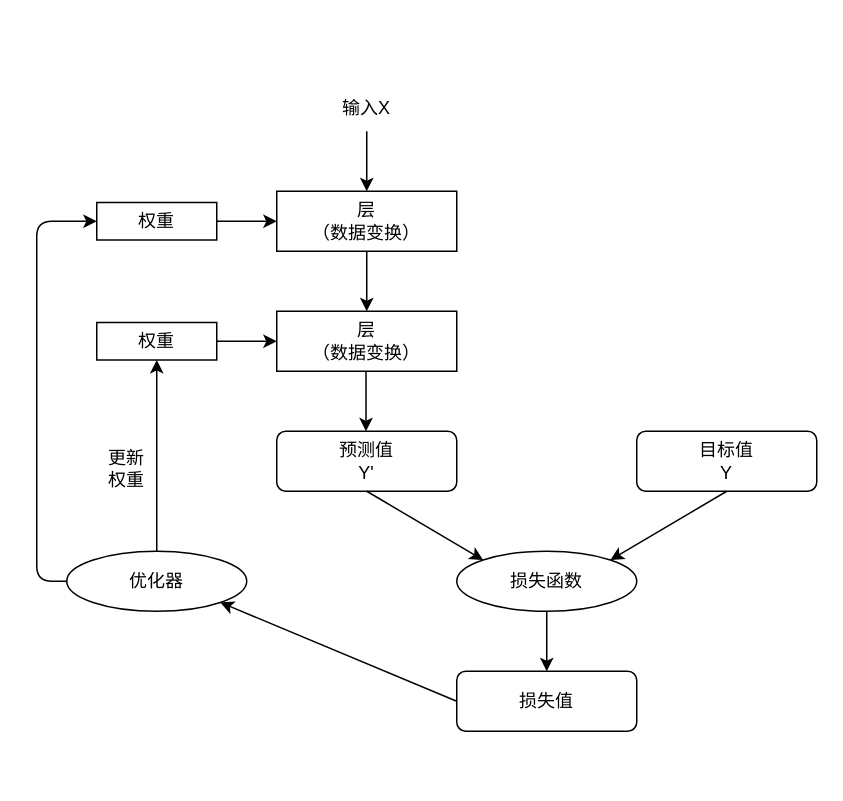
Earlier version of the draw.io diagram machine-learning/神经网络训练流程.drawio (ruleless/ORG). Source tidied: cells renumbered, new cells numbered last; positions are measured from the earlier drawing's top-left corner, leaving out a move shared by most shapes. Both pictures are drawn from the tidied source at 150%, with x=0, y=0 at pixel (36, 86).
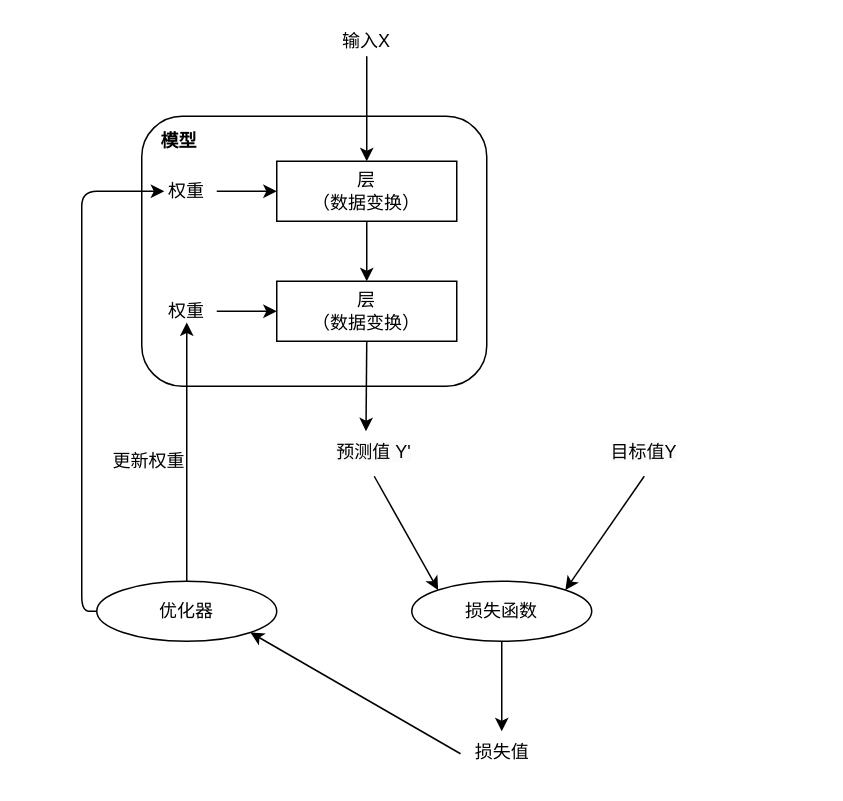
After the change.

Commit message:
更新神经网络训练流程

What changed in the source:
```diff
@@
+    <mxCell id="24" style="rounded=1;whiteSpace=wrap;html=1;" parent="1" vertex="1">
+      <mxGeometry x="70" y="20" width="230" height="180" as="geometry" />
+    </mxCell>
     <mxCell id="2" value="输入X" style="text;html=1;strokeColor=none;fillColor=none;align=center;verticalAlign=middle;whiteSpace=wrap;rounded=0;" parent="1" vertex="1">
-      <mxGeometry x="190" width="60" height="30" as="geometry" />
+      <mxGeometry x="195" y="-40" width="50" height="20" as="geometry" />
     </mxCell>
     <mxCell id="3" value="层&lt;br&gt;（数据变换）" style="rounded=0;whiteSpace=wrap;html=1;" parent="1" vertex="1">
-      <mxGeometry x="160" y="70" width="120" height="40" as="geometry" />
+      <mxGeometry x="160" y="50" width="120" height="40" as="geometry" />
     </mxCell>
     <mxCell id="4" value="层&lt;br&gt;（数据变换）" style="rounded=0;whiteSpace=wrap;html=1;" parent="1" vertex="1">
-      <mxGeometry x="160" y="150" width="120" height="40" as="geometry" />
+      <mxGeometry x="160" y="130" width="120" height="40" as="geometry" />
     </mxCell>
     <mxCell id="5" value="损失函数" style="ellipse;whiteSpace=wrap;html=1;" parent="1" vertex="1">
-      <mxGeometry x="280" y="310" width="120" height="40" as="geometry" />
+      <mxGeometry x="250" y="330" width="120" height="40" as="geometry" />
     </mxCell>
-    <mxCell id="6" value="预测值&lt;br&gt;Y'" style="rounded=1;whiteSpace=wrap;html=1;" parent="1" vertex="1">
-      <mxGeometry x="160" y="230" width="120" height="40" as="geometry" />
-    </mxCell>
-    <mxCell id="7" value="目标值&lt;br&gt;Y" style="rounded=1;whiteSpace=wrap;html=1;" parent="1" vertex="1">
-      <mxGeometry x="400" y="230" width="120" height="40" as="geometry" />
-    </mxCell>
-    <mxCell id="8" value="损失值" style="rounded=1;whiteSpace=wrap;html=1;" parent="1" vertex="1">
-      <mxGeometry x="280" y="390" width="120" height="40" as="geometry" />
-    </mxCell>
-    <mxCell id="9" value="权重" style="rounded=0;whiteSpace=wrap;html=1;" parent="1" vertex="1">
-      <mxGeometry x="40" y="77.5" width="80" height="25" as="geometry" />
-    </mxCell>
-    <mxCell id="10" value="权重" style="rounded=0;whiteSpace=wrap;html=1;" parent="1" vertex="1">
-      <mxGeometry x="40" y="157.5" width="80" height="25" as="geometry" />
-    </mxCell>
     <mxCell id="11" value="优化器" style="ellipse;whiteSpace=wrap;html=1;" parent="1" vertex="1">
-      <mxGeometry x="20" y="310" width="120" height="40" as="geometry" />
+      <mxGeometry x="40" y="330" width="120" height="40" as="geometry" />
     </mxCell>
@@
-    <mxCell id="14" style="endArrow=classic;html=1;exitX=0.5;exitY=1;exitDx=0;exitDy=0;entryX=0.5;entryY=0;entryDx=0;entryDy=0;" parent="1" edge="1">
+    <mxCell id="14" style="endArrow=classic;html=1;exitX=0.5;exitY=1;exitDx=0;exitDy=0;entryX=0.5;entryY=0;entryDx=0;entryDy=0;" parent="1" edge="1" source="4">
       <mxGeometry relative="1" as="geometry">
-        <mxPoint x="219.5" y="190" as="sourcePoint" />
         <mxPoint x="219.5" y="230" as="targetPoint" />
       </mxGeometry>
     </mxCell>
@@
-    <mxCell id="18" style="endArrow=classic;html=1;exitX=0;exitY=0.5;exitDx=0;exitDy=0;entryX=1;entryY=1;entryDx=0;entryDy=0;" parent="1" edge="1" source="8" target="11">
+    <mxCell id="18" style="endArrow=classic;html=1;entryX=1;entryY=1;entryDx=0;entryDy=0;exitX=0;exitY=0.5;exitDx=0;exitDy=0;" parent="1" edge="1" source="8" target="11">
       <mxGeometry relative="1" as="geometry" />
     </mxCell>
-    <mxCell id="19" style="endArrow=classic;html=1;exitX=0.5;exitY=0;exitDx=0;exitDy=0;entryX=0.5;entryY=1;entryDx=0;entryDy=0;" parent="1" edge="1" source="11" target="10">
+    <mxCell id="19" style="endArrow=classic;html=1;exitX=0.5;exitY=0;exitDx=0;exitDy=0;entryX=0.5;entryY=1;entryDx=0;entryDy=0;" parent="1" edge="1" source="11" target="25">
       <mxGeometry relative="1" as="geometry" />
     </mxCell>
-    <mxCell id="20" style="endArrow=classic;html=1;exitX=1;exitY=0.5;exitDx=0;exitDy=0;entryX=0;entryY=0.5;entryDx=0;entryDy=0;" parent="1" edge="1" source="9" target="3">
-      <mxGeometry relative="1" as="geometry" />
+    <mxCell id="20" style="endArrow=classic;html=1;entryX=0;entryY=0.5;entryDx=0;entryDy=0;" parent="1" edge="1" target="3">
+      <mxGeometry relative="1" as="geometry">
+        <mxPoint x="120" y="70" as="sourcePoint" />
+      </mxGeometry>
     </mxCell>
-    <mxCell id="21" style="endArrow=classic;html=1;exitX=1;exitY=0.5;exitDx=0;exitDy=0;entryX=0;entryY=0.5;entryDx=0;entryDy=0;" parent="1" edge="1" source="10" target="4">
-      <mxGeometry relative="1" as="geometry" />
+    <mxCell id="21" style="endArrow=classic;html=1;entryX=0;entryY=0.5;entryDx=0;entryDy=0;" parent="1" edge="1" target="4">
+      <mxGeometry relative="1" as="geometry">
+        <mxPoint x="120" y="150" as="sourcePoint" />
+      </mxGeometry>
     </mxCell>
-    <mxCell id="22" style="endArrow=classic;html=1;exitX=0;exitY=0.5;exitDx=0;exitDy=0;entryX=0;entryY=0.5;entryDx=0;entryDy=0;edgeStyle=orthogonalEdgeStyle;" parent="1" edge="1" source="11" target="9">
+    <mxCell id="22" style="endArrow=classic;html=1;exitX=0;exitY=0.5;exitDx=0;exitDy=0;edgeStyle=orthogonalEdgeStyle;entryX=0;entryY=0.5;entryDx=0;entryDy=0;" parent="1" edge="1" source="11" target="26">
       <mxGeometry relative="1" as="geometry">
         <Array as="points">
-          <mxPoint y="330" />
-          <mxPoint y="90" />
+          <mxPoint x="30" y="350" />
+          <mxPoint x="30" y="70" />
         </Array>
       </mxGeometry>
     </mxCell>
-    <mxCell id="23" value="更新&lt;br&gt;权重" style="text;html=1;strokeColor=none;fillColor=none;align=center;verticalAlign=middle;whiteSpace=wrap;rounded=0;" parent="1" vertex="1">
-      <mxGeometry x="40" y="240" width="40" height="30" as="geometry" />
+    <mxCell id="23" value="更新权重" style="text;html=1;strokeColor=none;fillColor=none;align=center;verticalAlign=middle;whiteSpace=wrap;rounded=0;" parent="1" vertex="1">
+      <mxGeometry x="50" y="240" width="50" height="20" as="geometry" />
     </mxCell>
+    <mxCell id="25" value="权重" style="text;strokeColor=none;align=center;fillColor=none;html=1;verticalAlign=middle;whiteSpace=wrap;rounded=0;" parent="1" vertex="1">
+      <mxGeometry x="80" y="142.5" width="40" height="15" as="geometry" />
+    </mxCell>
+    <mxCell id="26" value="权重" style="text;strokeColor=none;align=center;fillColor=none;html=1;verticalAlign=middle;whiteSpace=wrap;rounded=0;" parent="1" vertex="1">
+      <mxGeometry x="85" y="62.5" width="30" height="15" as="geometry" />
+    </mxCell>
+    <mxCell id="6" value="&lt;span style=&quot;color: rgb(0, 0, 0); font-family: Helvetica; font-size: 12px; font-style: normal; font-variant-ligatures: normal; font-variant-caps: normal; font-weight: 400; letter-spacing: normal; orphans: 2; text-indent: 0px; text-transform: none; widows: 2; word-spacing: 0px; -webkit-text-stroke-width: 0px; background-color: rgb(251, 251, 251); text-decoration-thickness: initial; text-decoration-style: initial; text-decoration-color: initial; float: none; display: inline !important;&quot;&gt;预测值&amp;nbsp;&lt;/span&gt;&lt;span style=&quot;color: rgb(0, 0, 0); font-family: Helvetica; font-size: 12px; font-style: normal; font-variant-ligatures: normal; font-variant-caps: normal; font-weight: 400; letter-spacing: normal; orphans: 2; text-indent: 0px; text-transform: none; widows: 2; word-spacing: 0px; -webkit-text-stroke-width: 0px; background-color: rgb(251, 251, 251); text-decoration-thickness: initial; text-decoration-style: initial; text-decoration-color: initial; float: none; display: inline !important;&quot;&gt;Y'&lt;/span&gt;" style="text;whiteSpace=wrap;html=1;align=center;" parent="1" vertex="1">
+      <mxGeometry x="190" y="230" width="70" height="30" as="geometry" />
+    </mxCell>
+    <mxCell id="7" value="&lt;span style=&quot;color: rgb(0, 0, 0); font-family: Helvetica; font-size: 12px; font-style: normal; font-variant-ligatures: normal; font-variant-caps: normal; font-weight: 400; letter-spacing: normal; orphans: 2; text-indent: 0px; text-transform: none; widows: 2; word-spacing: 0px; -webkit-text-stroke-width: 0px; background-color: rgb(251, 251, 251); text-decoration-thickness: initial; text-decoration-style: initial; text-decoration-color: initial; float: none; display: inline !important;&quot;&gt;目标值&lt;/span&gt;&lt;span style=&quot;color: rgb(0, 0, 0); font-family: Helvetica; font-size: 12px; font-style: normal; font-variant-ligatures: normal; font-variant-caps: normal; font-weight: 400; letter-spacing: normal; orphans: 2; text-indent: 0px; text-transform: none; widows: 2; word-spacing: 0px; -webkit-text-stroke-width: 0px; background-color: rgb(251, 251, 251); text-decoration-thickness: initial; text-decoration-style: initial; text-decoration-color: initial; float: none; display: inline !important;&quot;&gt;Y&lt;/span&gt;" style="text;whiteSpace=wrap;html=1;align=center;" parent="1" vertex="1">
+      <mxGeometry x="370" y="230" width="70" height="30" as="geometry" />
+    </mxCell>
+    <mxCell id="8" value="损失值" style="text;whiteSpace=wrap;html=1;align=center;" parent="1" vertex="1">
+      <mxGeometry x="282.5" y="430" width="55" height="30" as="geometry" />
+    </mxCell>
+    <mxCell id="27" value="模型" style="text;html=1;strokeColor=none;fillColor=none;align=center;verticalAlign=middle;whiteSpace=wrap;rounded=0;fontStyle=1;" parent="1" vertex="1">
+      <mxGeometry x="70" y="27" width="50" height="20" as="geometry" />
+    </mxCell>
```
